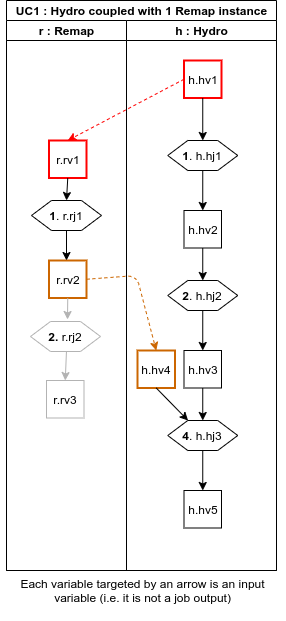
cea-hpc/NabLab keeps this draw.io diagram as docs/fr.cea.nabla.mkdocs/docs/modulecomposition/img/HydroAnd1Remap.png. Above is the earlier version. Source tidied: cells renumbered, new cells last; positions are measured from the earlier drawing's top-left corner, leaving out a move shared by most shapes. Source of this version:
```xml
<mxGraphModel>
  <root>
    <mxCell id="0" />
    <mxCell id="1" parent="0" />
    <mxCell id="2" value="UC1 : Hydro coupled with 1 Remap instance" style="swimlane;html=1;startSize=20;" parent="1" vertex="1">
      <mxGeometry x="6" width="270" height="570" as="geometry" />
    </mxCell>
    <mxCell id="3" value="r : Remap" style="swimlane;html=1;startSize=20;" parent="2" vertex="1">
      <mxGeometry y="20" width="120" height="550" as="geometry" />
    </mxCell>
    <mxCell id="4" style="endArrow=classic;html=1;exitX=0.5;exitY=1;exitDx=0;exitDy=0;entryX=0.5;entryY=0;entryDx=0;entryDy=0;strokeColor=#B3B3B3;" parent="3" edge="1" target="7">
      <mxGeometry relative="1" as="geometry">
        <mxPoint x="60" y="330" as="sourcePoint" />
      </mxGeometry>
    </mxCell>
    <mxCell id="5" value="r.rv2" style="whiteSpace=wrap;html=1;strokeWidth=2;strokeColor=#CC6600;" parent="3" vertex="1">
      <mxGeometry x="42.5" y="240" width="37.5" height="37.5" as="geometry" />
    </mxCell>
    <mxCell id="6" value="&lt;b&gt;2.&lt;/b&gt; r.rj2" style="shape=hexagon;perimeter=hexagonPerimeter2;whiteSpace=wrap;html=1;fixedSize=1;strokeColor=#B3B3B3;" parent="3" vertex="1">
      <mxGeometry x="24" y="301" width="70" height="30" as="geometry" />
    </mxCell>
    <mxCell id="7" value="r.rv3" style="whiteSpace=wrap;html=1;strokeColor=#B3B3B3;" parent="3" vertex="1">
      <mxGeometry x="40" y="360" width="37.5" height="37.5" as="geometry" />
    </mxCell>
    <mxCell id="8" value="r.rv1" style="whiteSpace=wrap;html=1;labelBackgroundColor=#ffffff;strokeColor=#FF0000;strokeWidth=2;" parent="3" vertex="1">
      <mxGeometry x="42.5" y="120" width="37.5" height="37.5" as="geometry" />
    </mxCell>
    <mxCell id="9" value="&lt;b&gt;1&lt;/b&gt;. r.rj1" style="shape=hexagon;perimeter=hexagonPerimeter2;whiteSpace=wrap;html=1;fixedSize=1;" parent="3" vertex="1">
      <mxGeometry x="25" y="180" width="70" height="30" as="geometry" />
    </mxCell>
    <mxCell id="10" style="endArrow=classic;html=1;exitX=0.5;exitY=1;exitDx=0;exitDy=0;entryX=0.5;entryY=0;entryDx=0;entryDy=0;" parent="3" edge="1" source="8" target="9">
      <mxGeometry relative="1" as="geometry" />
    </mxCell>
    <mxCell id="11" style="endArrow=classic;html=1;exitX=0.5;exitY=1;exitDx=0;exitDy=0;entryX=0.5;entryY=0;entryDx=0;entryDy=0;" parent="3" edge="1" source="9">
      <mxGeometry relative="1" as="geometry">
        <mxPoint x="60" y="240" as="targetPoint" />
      </mxGeometry>
    </mxCell>
    <mxCell id="12" style="endArrow=classic;html=1;dashed=1;exitX=1;exitY=0.5;exitDx=0;exitDy=0;entryX=0.5;entryY=0;entryDx=0;entryDy=0;strokeColor=#CC6600;" parent="2" edge="1" source="5" target="15">
      <mxGeometry relative="1" as="geometry">
        <Array as="points">
          <mxPoint x="130" y="275" />
        </Array>
      </mxGeometry>
    </mxCell>
    <mxCell id="13" style="endArrow=classic;html=1;exitX=0;exitY=0.5;exitDx=0;exitDy=0;entryX=0.5;entryY=0;entryDx=0;entryDy=0;strokeColor=#FF0000;dashed=1;" parent="2" edge="1" source="22" target="8">
      <mxGeometry relative="1" as="geometry" />
    </mxCell>
    <mxCell id="14" value="h : Hydro" style="swimlane;html=1;startSize=20;" parent="2" vertex="1">
      <mxGeometry x="120" y="20" width="150" height="550" as="geometry" />
    </mxCell>
    <mxCell id="15" value="h.hv4" style="whiteSpace=wrap;html=1;strokeWidth=2;strokeColor=#CC6600;" parent="14" vertex="1">
      <mxGeometry x="11" y="330" width="37.5" height="37.5" as="geometry" />
    </mxCell>
    <mxCell id="16" value="&lt;b&gt;2&lt;/b&gt;. h.hj2" style="shape=hexagon;perimeter=hexagonPerimeter2;whiteSpace=wrap;html=1;fixedSize=1;" parent="14" vertex="1">
      <mxGeometry x="41.2" y="260" width="70" height="30" as="geometry" />
    </mxCell>
    <mxCell id="17" value="h.hv2" style="whiteSpace=wrap;html=1;strokeWidth=1;" parent="14" vertex="1">
      <mxGeometry x="57.5" y="190" width="37.5" height="37.5" as="geometry" />
    </mxCell>
    <mxCell id="18" value="&lt;b&gt;&lt;font style=&quot;font-size: 12px&quot;&gt;1&lt;/font&gt;&lt;/b&gt;. h.hj1" style="shape=hexagon;perimeter=hexagonPerimeter2;whiteSpace=wrap;html=1;fixedSize=1;" parent="14" vertex="1">
      <mxGeometry x="41.2" y="120" width="70" height="30" as="geometry" />
    </mxCell>
    <mxCell id="19" value="h.hv3" style="whiteSpace=wrap;html=1;" parent="14" vertex="1">
      <mxGeometry x="57.5" y="330" width="37.5" height="37.5" as="geometry" />
    </mxCell>
    <mxCell id="20" value="&lt;b&gt;4&lt;/b&gt;. h.hj3" style="shape=hexagon;perimeter=hexagonPerimeter2;whiteSpace=wrap;html=1;fixedSize=1;" parent="14" vertex="1">
      <mxGeometry x="41.2" y="400" width="70" height="30" as="geometry" />
    </mxCell>
    <mxCell id="21" value="h.hv5" style="whiteSpace=wrap;html=1;" parent="14" vertex="1">
      <mxGeometry x="57.5" y="470" width="37.5" height="37.5" as="geometry" />
    </mxCell>
    <mxCell id="22" value="h.hv1" style="whiteSpace=wrap;html=1;strokeWidth=2;strokeColor=#FF0000;" parent="14" vertex="1">
      <mxGeometry x="57.5" y="40" width="37.5" height="37.5" as="geometry" />
    </mxCell>
    <mxCell id="23" style="endArrow=classic;html=1;exitX=0.5;exitY=1;exitDx=0;exitDy=0;" parent="14" edge="1" source="22">
      <mxGeometry relative="1" as="geometry">
        <mxPoint x="76.2" y="120" as="targetPoint" />
      </mxGeometry>
    </mxCell>
    <mxCell id="24" style="endArrow=classic;html=1;exitX=0.5;exitY=1;exitDx=0;exitDy=0;entryX=0.5;entryY=0;entryDx=0;entryDy=0;" parent="14" edge="1" target="17">
      <mxGeometry relative="1" as="geometry">
        <mxPoint x="76.2" y="150" as="sourcePoint" />
      </mxGeometry>
    </mxCell>
    <mxCell id="25" style="endArrow=classic;html=1;exitX=0.5;exitY=1;exitDx=0;exitDy=0;entryX=0.5;entryY=0;entryDx=0;entryDy=0;" parent="14" edge="1" source="17">
      <mxGeometry relative="1" as="geometry">
        <mxPoint x="76.2" y="260" as="targetPoint" />
      </mxGeometry>
    </mxCell>
    <mxCell id="26" style="endArrow=classic;html=1;exitX=0.5;exitY=1;exitDx=0;exitDy=0;entryX=0.5;entryY=0;entryDx=0;entryDy=0;" parent="14" edge="1" source="16" target="19">
      <mxGeometry relative="1" as="geometry" />
    </mxCell>
    <mxCell id="27" style="endArrow=classic;html=1;exitX=0.5;exitY=1;exitDx=0;exitDy=0;" parent="14" edge="1" source="19" target="20">
      <mxGeometry relative="1" as="geometry" />
    </mxCell>
    <mxCell id="28" style="endArrow=classic;html=1;exitX=0.5;exitY=1;exitDx=0;exitDy=0;" parent="14" edge="1" source="15" target="20">
      <mxGeometry relative="1" as="geometry" />
    </mxCell>
    <mxCell id="29" style="endArrow=classic;html=1;exitX=0.5;exitY=1;exitDx=0;exitDy=0;entryX=0.5;entryY=0;entryDx=0;entryDy=0;" parent="14" edge="1" source="20" target="21">
      <mxGeometry relative="1" as="geometry" />
    </mxCell>
    <mxCell id="30" style="endArrow=classic;html=1;exitX=0.5;exitY=1;exitDx=0;exitDy=0;strokeColor=#B3B3B3;" parent="1" edge="1" source="5">
      <mxGeometry relative="1" as="geometry">
        <mxPoint x="67" y="319" as="targetPoint" />
      </mxGeometry>
    </mxCell>
    <mxCell id="31" value="Each variable targeted by an arrow is an input variable (i.e. it is not a job output)" style="text;html=1;strokeColor=none;fillColor=none;align=center;verticalAlign=middle;whiteSpace=wrap;rounded=0;" parent="1" vertex="1">
      <mxGeometry y="560" width="285" height="60" as="geometry" />
    </mxCell>
  </root>
</mxGraphModel>
```
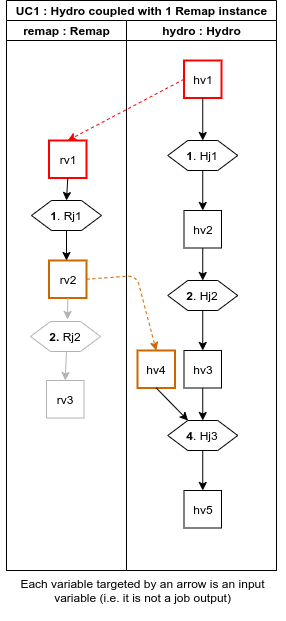
After the change.

Change to the diagram source:
```diff
@@ -5,7 +5,7 @@
     <mxCell id="2" value="UC1 : Hydro coupled with 1 Remap instance" style="swimlane;html=1;startSize=20;" parent="1" vertex="1">
       <mxGeometry x="6" width="270" height="570" as="geometry" />
     </mxCell>
-    <mxCell id="3" value="r : Remap" style="swimlane;html=1;startSize=20;" parent="2" vertex="1">
+    <mxCell id="3" value="remap : Remap" style="swimlane;html=1;startSize=20;" parent="2" vertex="1">
       <mxGeometry y="20" width="120" height="550" as="geometry" />
     </mxCell>
     <mxCell id="4" style="endArrow=classic;html=1;exitX=0.5;exitY=1;exitDx=0;exitDy=0;entryX=0.5;entryY=0;entryDx=0;entryDy=0;strokeColor=#B3B3B3;" parent="3" edge="1" target="7">
@@ -13,19 +13,19 @@
         <mxPoint x="60" y="330" as="sourcePoint" />
       </mxGeometry>
     </mxCell>
-    <mxCell id="5" value="r.rv2" style="whiteSpace=wrap;html=1;strokeWidth=2;strokeColor=#CC6600;" parent="3" vertex="1">
+    <mxCell id="5" value="rv2" style="whiteSpace=wrap;html=1;strokeWidth=2;strokeColor=#CC6600;" parent="3" vertex="1">
       <mxGeometry x="42.5" y="240" width="37.5" height="37.5" as="geometry" />
     </mxCell>
-    <mxCell id="6" value="&lt;b&gt;2.&lt;/b&gt; r.rj2" style="shape=hexagon;perimeter=hexagonPerimeter2;whiteSpace=wrap;html=1;fixedSize=1;strokeColor=#B3B3B3;" parent="3" vertex="1">
+    <mxCell id="6" value="&lt;b&gt;2.&lt;/b&gt;&amp;nbsp;Rj2" style="shape=hexagon;perimeter=hexagonPerimeter2;whiteSpace=wrap;html=1;fixedSize=1;strokeColor=#B3B3B3;" parent="3" vertex="1">
       <mxGeometry x="24" y="301" width="70" height="30" as="geometry" />
     </mxCell>
-    <mxCell id="7" value="r.rv3" style="whiteSpace=wrap;html=1;strokeColor=#B3B3B3;" parent="3" vertex="1">
+    <mxCell id="7" value="rv3" style="whiteSpace=wrap;html=1;strokeColor=#B3B3B3;" parent="3" vertex="1">
       <mxGeometry x="40" y="360" width="37.5" height="37.5" as="geometry" />
     </mxCell>
-    <mxCell id="8" value="r.rv1" style="whiteSpace=wrap;html=1;labelBackgroundColor=#ffffff;strokeColor=#FF0000;strokeWidth=2;" parent="3" vertex="1">
+    <mxCell id="8" value="rv1" style="whiteSpace=wrap;html=1;labelBackgroundColor=#ffffff;strokeColor=#FF0000;strokeWidth=2;" parent="3" vertex="1">
       <mxGeometry x="42.5" y="120" width="37.5" height="37.5" as="geometry" />
     </mxCell>
-    <mxCell id="9" value="&lt;b&gt;1&lt;/b&gt;. r.rj1" style="shape=hexagon;perimeter=hexagonPerimeter2;whiteSpace=wrap;html=1;fixedSize=1;" parent="3" vertex="1">
+    <mxCell id="9" value="&lt;b&gt;1&lt;/b&gt;. Rj1" style="shape=hexagon;perimeter=hexagonPerimeter2;whiteSpace=wrap;html=1;fixedSize=1;" parent="3" vertex="1">
       <mxGeometry x="25" y="180" width="70" height="30" as="geometry" />
     </mxCell>
     <mxCell id="10" style="endArrow=classic;html=1;exitX=0.5;exitY=1;exitDx=0;exitDy=0;entryX=0.5;entryY=0;entryDx=0;entryDy=0;" parent="3" edge="1" source="8" target="9">
@@ -46,31 +46,31 @@
     <mxCell id="13" style="endArrow=classic;html=1;exitX=0;exitY=0.5;exitDx=0;exitDy=0;entryX=0.5;entryY=0;entryDx=0;entryDy=0;strokeColor=#FF0000;dashed=1;" parent="2" edge="1" source="22" target="8">
       <mxGeometry relative="1" as="geometry" />
     </mxCell>
-    <mxCell id="14" value="h : Hydro" style="swimlane;html=1;startSize=20;" parent="2" vertex="1">
+    <mxCell id="14" value="hydro : Hydro" style="swimlane;html=1;startSize=20;" parent="2" vertex="1">
       <mxGeometry x="120" y="20" width="150" height="550" as="geometry" />
     </mxCell>
-    <mxCell id="15" value="h.hv4" style="whiteSpace=wrap;html=1;strokeWidth=2;strokeColor=#CC6600;" parent="14" vertex="1">
+    <mxCell id="15" value="hv4" style="whiteSpace=wrap;html=1;strokeWidth=2;strokeColor=#CC6600;" parent="14" vertex="1">
       <mxGeometry x="11" y="330" width="37.5" height="37.5" as="geometry" />
     </mxCell>
-    <mxCell id="16" value="&lt;b&gt;2&lt;/b&gt;. h.hj2" style="shape=hexagon;perimeter=hexagonPerimeter2;whiteSpace=wrap;html=1;fixedSize=1;" parent="14" vertex="1">
+    <mxCell id="16" value="&lt;b&gt;2&lt;/b&gt;. Hj2" style="shape=hexagon;perimeter=hexagonPerimeter2;whiteSpace=wrap;html=1;fixedSize=1;" parent="14" vertex="1">
       <mxGeometry x="41.2" y="260" width="70" height="30" as="geometry" />
     </mxCell>
-    <mxCell id="17" value="h.hv2" style="whiteSpace=wrap;html=1;strokeWidth=1;" parent="14" vertex="1">
+    <mxCell id="17" value="hv2" style="whiteSpace=wrap;html=1;strokeWidth=1;" parent="14" vertex="1">
       <mxGeometry x="57.5" y="190" width="37.5" height="37.5" as="geometry" />
     </mxCell>
-    <mxCell id="18" value="&lt;b&gt;&lt;font style=&quot;font-size: 12px&quot;&gt;1&lt;/font&gt;&lt;/b&gt;. h.hj1" style="shape=hexagon;perimeter=hexagonPerimeter2;whiteSpace=wrap;html=1;fixedSize=1;" parent="14" vertex="1">
+    <mxCell id="18" value="&lt;b&gt;&lt;font style=&quot;font-size: 12px&quot;&gt;1&lt;/font&gt;&lt;/b&gt;. Hj1" style="shape=hexagon;perimeter=hexagonPerimeter2;whiteSpace=wrap;html=1;fixedSize=1;" parent="14" vertex="1">
       <mxGeometry x="41.2" y="120" width="70" height="30" as="geometry" />
     </mxCell>
-    <mxCell id="19" value="h.hv3" style="whiteSpace=wrap;html=1;" parent="14" vertex="1">
+    <mxCell id="19" value="hv3" style="whiteSpace=wrap;html=1;" parent="14" vertex="1">
       <mxGeometry x="57.5" y="330" width="37.5" height="37.5" as="geometry" />
     </mxCell>
-    <mxCell id="20" value="&lt;b&gt;4&lt;/b&gt;. h.hj3" style="shape=hexagon;perimeter=hexagonPerimeter2;whiteSpace=wrap;html=1;fixedSize=1;" parent="14" vertex="1">
+    <mxCell id="20" value="&lt;b&gt;4&lt;/b&gt;. Hj3" style="shape=hexagon;perimeter=hexagonPerimeter2;whiteSpace=wrap;html=1;fixedSize=1;" parent="14" vertex="1">
       <mxGeometry x="41.2" y="400" width="70" height="30" as="geometry" />
     </mxCell>
-    <mxCell id="21" value="h.hv5" style="whiteSpace=wrap;html=1;" parent="14" vertex="1">
+    <mxCell id="21" value="hv5" style="whiteSpace=wrap;html=1;" parent="14" vertex="1">
       <mxGeometry x="57.5" y="470" width="37.5" height="37.5" as="geometry" />
     </mxCell>
-    <mxCell id="22" value="h.hv1" style="whiteSpace=wrap;html=1;strokeWidth=2;strokeColor=#FF0000;" parent="14" vertex="1">
+    <mxCell id="22" value="hv1" style="whiteSpace=wrap;html=1;strokeWidth=2;strokeColor=#FF0000;" parent="14" vertex="1">
       <mxGeometry x="57.5" y="40" width="37.5" height="37.5" as="geometry" />
     </mxCell>
     <mxCell id="23" style="endArrow=classic;html=1;exitX=0.5;exitY=1;exitDx=0;exitDy=0;" parent="14" edge="1" source="22">
```
